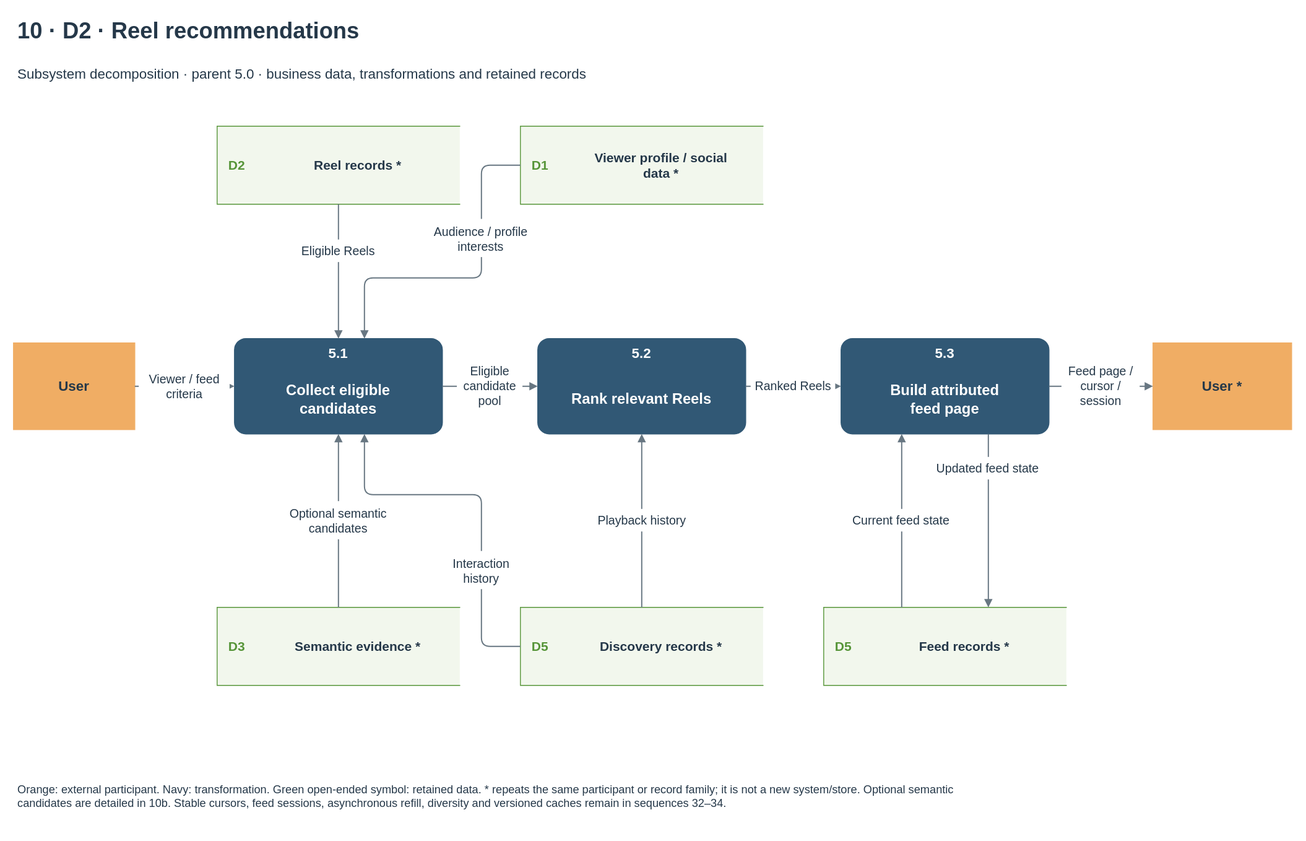
The draw.io diagram docs/diagrams/velora-current/importable-svg/10-dfd-reels.drawio.svg in HieuCuteDangYeu/velora-backend, before a commit. Source tidied: cells renumbered, new cells last; positions are measured from the earlier drawing's top-left corner, leaving out a move shared by most shapes.
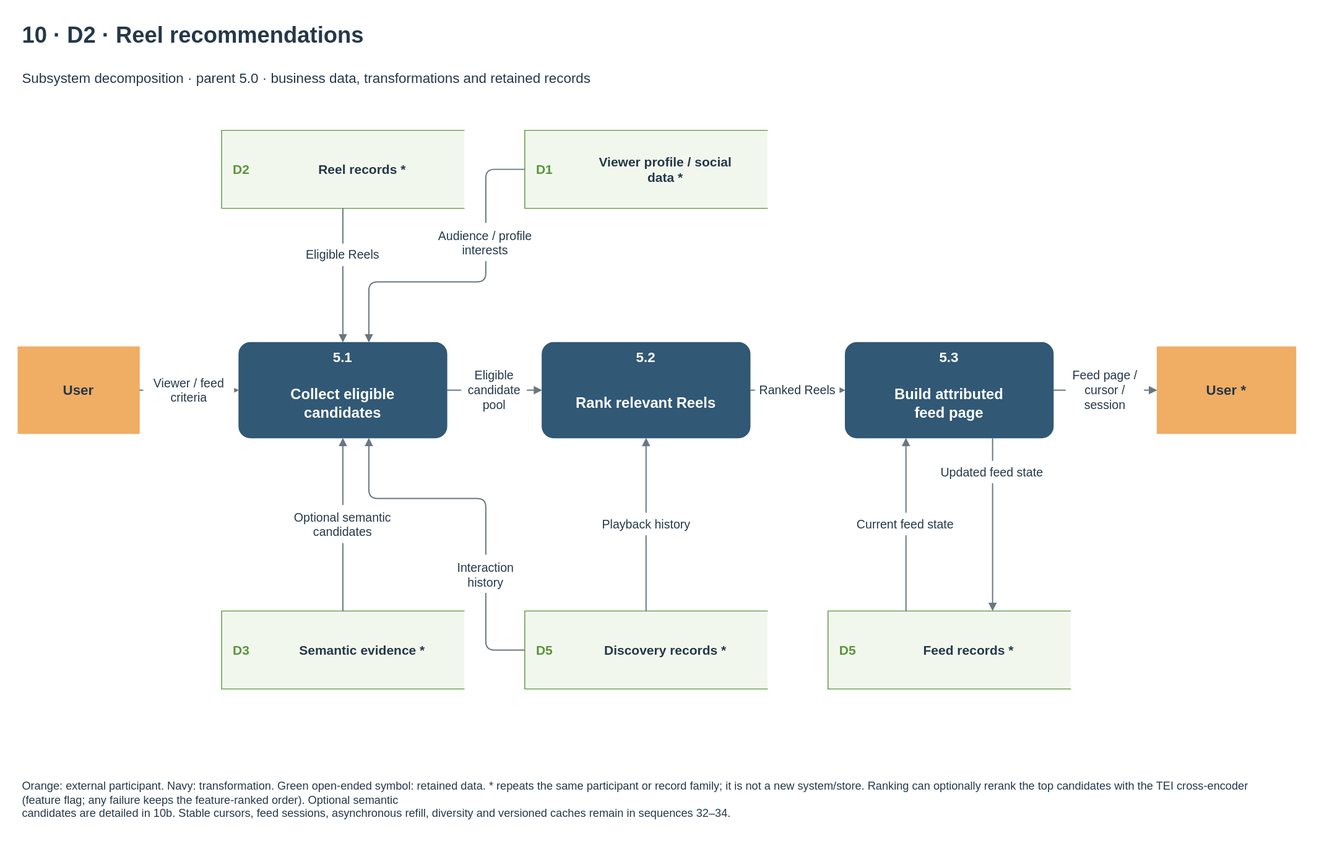
The same diagram one commit later.

Change to the diagram source:
```diff
@@ -203,7 +203,7 @@
     <mxCell id="64" value="Interaction&lt;br&gt;history" style="text;html=1;whiteSpace=wrap;fontFamily=Arial;fontSize=14;fontColor=#253849;fontStyle=0;align=center;verticalAlign=middle;spacing=0;" parent="1" vertex="1">
       <mxGeometry x="494.9" y="620.5" width="90.3" height="44" as="geometry" />
     </mxCell>
-    <mxCell id="65" value="Orange: external participant. Navy: transformation. Green open-ended symbol: retained data. * repeats the same participant or record family; it is not a new system/store. Optional semantic&lt;br&gt;candidates are detailed in 10b. Stable cursors, feed sessions, asynchronous refill, diversity and versioned caches remain in sequences 32–34." style="text;html=1;whiteSpace=wrap;fontFamily=Arial;fontSize=13;fontColor=#253849;fontStyle=0;align=left;verticalAlign=middle;spacing=0;" parent="1" vertex="1">
+    <mxCell id="65" value="Orange: external participant. Navy: transformation. Green open-ended symbol: retained data. * repeats the same participant or record family; it is not a new system/store. Ranking can optionally rerank the top candidates with the TEI cross-encoder (feature flag; any failure keeps the feature-ranked order). Optional semantic&lt;br&gt;candidates are detailed in 10b. Stable cursors, feed sessions, asynchronous refill, diversity and versioned caches remain in sequences 32–34." style="text;html=1;whiteSpace=wrap;fontFamily=Arial;fontSize=13;fontColor=#253849;fontStyle=0;align=left;verticalAlign=middle;spacing=0;" parent="1" vertex="1">
       <mxGeometry x="5" y="865" width="1460" height="75" as="geometry" />
     </mxCell>
   </root>
```
